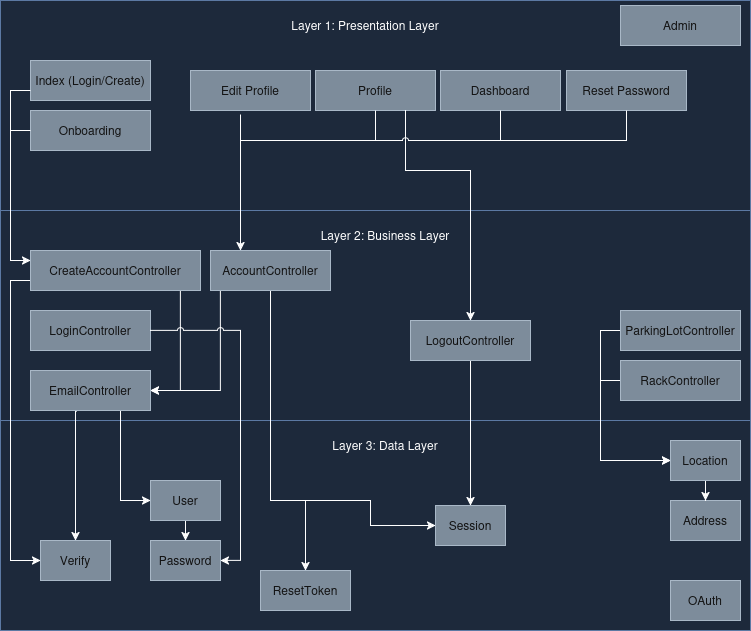
Before: readme-images/MVC-diagram.png, a diagram exported from draw.io (nghilbert/open-spot). Source tidied: cells renumbered, new cells last; positions are measured from the earlier drawing's top-left corner, leaving out a move shared by most shapes. Its diagram source:
```xml
<mxGraphModel>
  <root>
    <mxCell id="0" />
    <mxCell id="1" parent="0" />
    <mxCell id="2" style="rounded=0;whiteSpace=wrap;html=1;fillColor=#dae8fc;strokeColor=#6c8ebf;" parent="1" vertex="1">
      <mxGeometry width="750" height="210" as="geometry" />
    </mxCell>
    <mxCell id="3" value="Edit Profile" style="rounded=0;whiteSpace=wrap;html=1;fillColor=#647687;strokeColor=#314354;fontColor=#FFFFFF;" parent="1" vertex="1">
      <mxGeometry x="190" y="70" width="120" height="40" as="geometry" />
    </mxCell>
    <mxCell id="4" style="rounded=0;whiteSpace=wrap;html=1;fillColor=#dae8fc;strokeColor=#6c8ebf;" parent="1" vertex="1">
      <mxGeometry y="210" width="750" height="210" as="geometry" />
    </mxCell>
    <mxCell id="5" style="rounded=0;whiteSpace=wrap;html=1;fillColor=#dae8fc;strokeColor=#6c8ebf;" parent="1" vertex="1">
      <mxGeometry y="420" width="750" height="210" as="geometry" />
    </mxCell>
    <mxCell id="6" value="Layer 1: Presentation Layer" style="text;html=1;whiteSpace=wrap;strokeColor=none;fillColor=none;align=center;verticalAlign=middle;rounded=0;" parent="1" vertex="1">
      <mxGeometry x="280" y="10" width="170" height="30" as="geometry" />
    </mxCell>
    <mxCell id="7" value="&lt;div&gt;Layer 2: Business Layer&lt;/div&gt;" style="text;html=1;whiteSpace=wrap;strokeColor=none;fillColor=none;align=center;verticalAlign=middle;rounded=0;" parent="1" vertex="1">
      <mxGeometry x="310" y="220" width="150" height="30" as="geometry" />
    </mxCell>
    <mxCell id="8" value="Layer 3: Data Layer" style="text;html=1;whiteSpace=wrap;strokeColor=none;fillColor=none;align=center;verticalAlign=middle;rounded=0;" parent="1" vertex="1">
      <mxGeometry x="320" y="430" width="130" height="30" as="geometry" />
    </mxCell>
    <mxCell id="9" value="Address" style="rounded=0;whiteSpace=wrap;html=1;fillColor=#647687;strokeColor=#314354;fontColor=#FFFFFF;" parent="1" vertex="1">
      <mxGeometry x="670" y="500" width="70" height="40" as="geometry" />
    </mxCell>
    <mxCell id="10" value="Verify" style="rounded=0;whiteSpace=wrap;html=1;fillColor=#647687;strokeColor=#314354;fontColor=#FFFFFF;" parent="1" vertex="1">
      <mxGeometry x="40" y="540" width="70" height="40" as="geometry" />
    </mxCell>
    <mxCell id="11" style="edgeStyle=orthogonalEdgeStyle;rounded=0;jettySize=auto;html=1;" parent="1" edge="1" source="12" target="15">
      <mxGeometry relative="1" as="geometry" />
    </mxCell>
    <mxCell id="12" value="User" style="rounded=0;whiteSpace=wrap;html=1;fillColor=#647687;strokeColor=#314354;fontColor=#FFFFFF;" parent="1" vertex="1">
      <mxGeometry x="150" y="480" width="70" height="40" as="geometry" />
    </mxCell>
    <mxCell id="13" value="Session" style="rounded=0;whiteSpace=wrap;html=1;fillColor=#647687;strokeColor=#314354;fontColor=#FFFFFF;" parent="1" vertex="1">
      <mxGeometry x="435" y="505" width="70" height="40" as="geometry" />
    </mxCell>
    <mxCell id="14" value="ResetToken" style="rounded=0;whiteSpace=wrap;html=1;fillColor=#647687;strokeColor=#314354;fontColor=#FFFFFF;" parent="1" vertex="1">
      <mxGeometry x="260" y="570" width="90" height="40" as="geometry" />
    </mxCell>
    <mxCell id="15" value="Password" style="rounded=0;whiteSpace=wrap;html=1;fillColor=#647687;strokeColor=#314354;fontColor=#FFFFFF;" parent="1" vertex="1">
      <mxGeometry x="150" y="540" width="70" height="40" as="geometry" />
    </mxCell>
    <mxCell id="16" value="&lt;div&gt;OAuth&lt;/div&gt;" style="rounded=0;whiteSpace=wrap;html=1;fillColor=#647687;strokeColor=#314354;fontColor=#FFFFFF;" parent="1" vertex="1">
      <mxGeometry x="670" y="580" width="70" height="40" as="geometry" />
    </mxCell>
    <mxCell id="17" style="edgeStyle=orthogonalEdgeStyle;rounded=0;jettySize=auto;html=1;entryX=0.5;entryY=0;entryDx=0;entryDy=0;" parent="1" edge="1" source="18" target="9">
      <mxGeometry relative="1" as="geometry" />
    </mxCell>
    <mxCell id="18" value="Location" style="rounded=0;whiteSpace=wrap;html=1;fillColor=#647687;strokeColor=#314354;fontColor=#FFFFFF;" parent="1" vertex="1">
      <mxGeometry x="670" y="440" width="70" height="40" as="geometry" />
    </mxCell>
    <mxCell id="19" value="Admin" style="rounded=0;whiteSpace=wrap;html=1;fillColor=#647687;strokeColor=#314354;fontColor=#FFFFFF;" parent="1" vertex="1">
      <mxGeometry x="620" y="5" width="120" height="40" as="geometry" />
    </mxCell>
    <mxCell id="20" style="edgeStyle=orthogonalEdgeStyle;rounded=0;jettySize=auto;html=1;entryX=0;entryY=0.5;entryDx=0;entryDy=0;" parent="1" edge="1" source="21" target="18">
      <mxGeometry relative="1" as="geometry">
        <Array as="points">
          <mxPoint x="600" y="330" />
          <mxPoint x="600" y="460" />
        </Array>
      </mxGeometry>
    </mxCell>
    <mxCell id="21" value="ParkingLotController" style="rounded=0;whiteSpace=wrap;html=1;fillColor=#647687;strokeColor=#314354;fontColor=#FFFFFF;" parent="1" vertex="1">
      <mxGeometry x="620" y="310" width="120" height="40" as="geometry" />
    </mxCell>
    <mxCell id="22" value="Reset Password" style="rounded=0;whiteSpace=wrap;html=1;fillColor=#647687;strokeColor=#314354;fontColor=#FFFFFF;" parent="1" vertex="1">
      <mxGeometry x="566" y="70" width="120" height="40" as="geometry" />
    </mxCell>
    <mxCell id="23" style="edgeStyle=orthogonalEdgeStyle;rounded=0;jettySize=auto;html=1;entryX=0.5;entryY=0;entryDx=0;entryDy=0;" parent="1" edge="1" source="24" target="13">
      <mxGeometry relative="1" as="geometry">
        <Array as="points">
          <mxPoint x="470" y="500" />
        </Array>
      </mxGeometry>
    </mxCell>
    <mxCell id="24" value="LogoutController" style="rounded=0;whiteSpace=wrap;html=1;fillColor=#647687;strokeColor=#314354;fontColor=#FFFFFF;" parent="1" vertex="1">
      <mxGeometry x="410" y="320" width="120" height="40" as="geometry" />
    </mxCell>
    <mxCell id="25" style="edgeStyle=orthogonalEdgeStyle;rounded=0;jettySize=auto;html=1;entryX=0;entryY=0.5;entryDx=0;entryDy=0;" parent="1" edge="1" source="26" target="18">
      <mxGeometry relative="1" as="geometry">
        <Array as="points">
          <mxPoint x="600" y="380" />
          <mxPoint x="600" y="460" />
        </Array>
      </mxGeometry>
    </mxCell>
    <mxCell id="26" value="RackController" style="rounded=0;whiteSpace=wrap;html=1;fillColor=#647687;strokeColor=#314354;fontColor=#FFFFFF;" parent="1" vertex="1">
      <mxGeometry x="620" y="360" width="120" height="40" as="geometry" />
    </mxCell>
    <mxCell id="27" value="LoginController" style="rounded=0;whiteSpace=wrap;html=1;fillColor=#647687;strokeColor=#314354;fontColor=#FFFFFF;" parent="1" vertex="1">
      <mxGeometry x="30" y="310" width="120" height="40" as="geometry" />
    </mxCell>
    <mxCell id="28" style="edgeStyle=orthogonalEdgeStyle;rounded=0;jettySize=auto;html=1;exitX=0.75;exitY=1;exitDx=0;exitDy=0;entryX=0;entryY=0.5;entryDx=0;entryDy=0;" parent="1" edge="1" source="30" target="12">
      <mxGeometry relative="1" as="geometry" />
    </mxCell>
    <mxCell id="29" style="edgeStyle=orthogonalEdgeStyle;rounded=0;jettySize=auto;html=1;exitX=0.386;exitY=1.012;exitDx=0;exitDy=0;entryX=0.5;entryY=0;entryDx=0;entryDy=0;exitPerimeter=0;" parent="1" edge="1" source="30" target="10">
      <mxGeometry relative="1" as="geometry">
        <Array as="points">
          <mxPoint x="75" y="411" />
        </Array>
      </mxGeometry>
    </mxCell>
    <mxCell id="30" value="EmailController" style="rounded=0;whiteSpace=wrap;html=1;fillColor=#647687;strokeColor=#314354;fontColor=#FFFFFF;" parent="1" vertex="1">
      <mxGeometry x="30" y="370" width="120" height="40" as="geometry" />
    </mxCell>
    <mxCell id="31" value="Index (Login/Create)" style="rounded=0;whiteSpace=wrap;html=1;fillColor=#647687;strokeColor=#314354;fontColor=#FFFFFF;" parent="1" vertex="1">
      <mxGeometry x="30" y="60" width="120" height="40" as="geometry" />
    </mxCell>
    <mxCell id="32" value="Onboarding" style="rounded=0;whiteSpace=wrap;html=1;fillColor=#647687;strokeColor=#314354;fontColor=#FFFFFF;" parent="1" vertex="1">
      <mxGeometry x="30" y="110" width="120" height="40" as="geometry" />
    </mxCell>
    <mxCell id="33" value="Dashboard" style="rounded=0;whiteSpace=wrap;html=1;fillColor=#647687;strokeColor=#314354;fontColor=#FFFFFF;" parent="1" vertex="1">
      <mxGeometry x="440" y="70" width="120" height="40" as="geometry" />
    </mxCell>
    <mxCell id="34" value="Profile" style="rounded=0;whiteSpace=wrap;html=1;fillColor=#647687;strokeColor=#314354;fontColor=#FFFFFF;" parent="1" vertex="1">
      <mxGeometry x="315" y="70" width="120" height="40" as="geometry" />
    </mxCell>
    <mxCell id="35" style="edgeStyle=orthogonalEdgeStyle;rounded=0;jettySize=auto;html=1;exitX=0.75;exitY=1;exitDx=0;exitDy=0;entryX=0.5;entryY=0;entryDx=0;entryDy=0;jumpStyle=arc;" parent="1" edge="1" source="34" target="24">
      <mxGeometry relative="1" as="geometry">
        <Array as="points">
          <mxPoint x="405" y="170" />
          <mxPoint x="470" y="170" />
        </Array>
      </mxGeometry>
    </mxCell>
    <mxCell id="36" style="edgeStyle=orthogonalEdgeStyle;rounded=0;jettySize=auto;html=1;exitX=0;exitY=0.75;exitDx=0;exitDy=0;entryX=0;entryY=0.5;entryDx=0;entryDy=0;" parent="1" edge="1" source="38" target="10">
      <mxGeometry relative="1" as="geometry">
        <Array as="points">
          <mxPoint x="10" y="280" />
          <mxPoint x="10" y="560" />
        </Array>
      </mxGeometry>
    </mxCell>
    <mxCell id="37" style="edgeStyle=orthogonalEdgeStyle;rounded=0;jettySize=auto;html=1;exitX=0.75;exitY=1;exitDx=0;exitDy=0;entryX=1;entryY=0.5;entryDx=0;entryDy=0;jumpStyle=arc;" parent="1" edge="1" source="38" target="30">
      <mxGeometry relative="1" as="geometry">
        <Array as="points">
          <mxPoint x="180" y="290" />
          <mxPoint x="180" y="390" />
        </Array>
      </mxGeometry>
    </mxCell>
    <mxCell id="38" value="CreateAccountController" style="rounded=0;whiteSpace=wrap;html=1;fillColor=#647687;strokeColor=#314354;fontColor=#FFFFFF;" parent="1" vertex="1">
      <mxGeometry x="30" y="250" width="170" height="40" as="geometry" />
    </mxCell>
    <mxCell id="39" style="edgeStyle=orthogonalEdgeStyle;rounded=0;jettySize=auto;html=1;entryX=1;entryY=0.5;entryDx=0;entryDy=0;" parent="1" edge="1" source="42" target="30">
      <mxGeometry relative="1" as="geometry">
        <Array as="points">
          <mxPoint x="220" y="390" />
        </Array>
      </mxGeometry>
    </mxCell>
    <mxCell id="40" style="edgeStyle=orthogonalEdgeStyle;rounded=0;jettySize=auto;html=1;entryX=0.5;entryY=0;entryDx=0;entryDy=0;" parent="1" edge="1" source="42" target="14">
      <mxGeometry relative="1" as="geometry">
        <Array as="points">
          <mxPoint x="270" y="500" />
          <mxPoint x="305" y="500" />
        </Array>
      </mxGeometry>
    </mxCell>
    <mxCell id="41" style="edgeStyle=orthogonalEdgeStyle;rounded=0;jettySize=auto;html=1;entryX=0;entryY=0.5;entryDx=0;entryDy=0;" parent="1" edge="1" source="42" target="13">
      <mxGeometry relative="1" as="geometry">
        <Array as="points">
          <mxPoint x="270" y="500" />
          <mxPoint x="370" y="500" />
          <mxPoint x="370" y="525" />
        </Array>
      </mxGeometry>
    </mxCell>
    <mxCell id="42" value="AccountController" style="rounded=0;whiteSpace=wrap;html=1;fillColor=#647687;strokeColor=#314354;fontColor=#FFFFFF;" parent="1" vertex="1">
      <mxGeometry x="210" y="250" width="120" height="40" as="geometry" />
    </mxCell>
    <mxCell id="43" style="endArrow=classic;html=1;rounded=0;exitX=0;exitY=0.75;exitDx=0;exitDy=0;entryX=0;entryY=0.25;entryDx=0;entryDy=0;" parent="1" edge="1" source="31" target="38">
      <mxGeometry relative="1" as="geometry">
        <Array as="points">
          <mxPoint x="10" y="90" />
          <mxPoint x="10" y="260" />
        </Array>
      </mxGeometry>
    </mxCell>
    <mxCell id="44" style="endArrow=none;html=1;rounded=0;entryX=0;entryY=0.5;entryDx=0;entryDy=0;" parent="1" edge="1" target="32">
      <mxGeometry relative="1" as="geometry">
        <mxPoint x="10" y="130" as="sourcePoint" />
      </mxGeometry>
    </mxCell>
    <mxCell id="45" style="endArrow=classic;html=1;rounded=0;entryX=0.25;entryY=0;entryDx=0;entryDy=0;" parent="1" edge="1" target="42">
      <mxGeometry relative="1" as="geometry">
        <mxPoint x="240" y="114" as="sourcePoint" />
      </mxGeometry>
    </mxCell>
    <mxCell id="46" style="endArrow=none;html=1;rounded=0;entryX=0.5;entryY=1;entryDx=0;entryDy=0;" parent="1" edge="1" target="34">
      <mxGeometry relative="1" as="geometry">
        <mxPoint x="240" y="140" as="sourcePoint" />
        <Array as="points">
          <mxPoint x="375" y="140" />
        </Array>
      </mxGeometry>
    </mxCell>
    <mxCell id="47" style="endArrow=none;html=1;rounded=0;entryX=0.5;entryY=1;entryDx=0;entryDy=0;jumpStyle=arc;" parent="1" edge="1" target="33">
      <mxGeometry relative="1" as="geometry">
        <mxPoint x="370" y="140" as="sourcePoint" />
        <Array as="points">
          <mxPoint x="500" y="140" />
        </Array>
      </mxGeometry>
    </mxCell>
    <mxCell id="48" style="endArrow=none;html=1;rounded=0;entryX=0.5;entryY=1;entryDx=0;entryDy=0;" parent="1" edge="1" target="22">
      <mxGeometry relative="1" as="geometry">
        <mxPoint x="500" y="140" as="sourcePoint" />
        <Array as="points">
          <mxPoint x="626" y="140" />
        </Array>
      </mxGeometry>
    </mxCell>
    <mxCell id="49" style="edgeStyle=orthogonalEdgeStyle;rounded=0;jettySize=auto;html=1;exitX=1;exitY=0.5;exitDx=0;exitDy=0;entryX=1;entryY=0.5;entryDx=0;entryDy=0;jumpStyle=arc;" parent="1" edge="1" source="27" target="15">
      <mxGeometry relative="1" as="geometry" />
    </mxCell>
  </root>
</mxGraphModel>
```
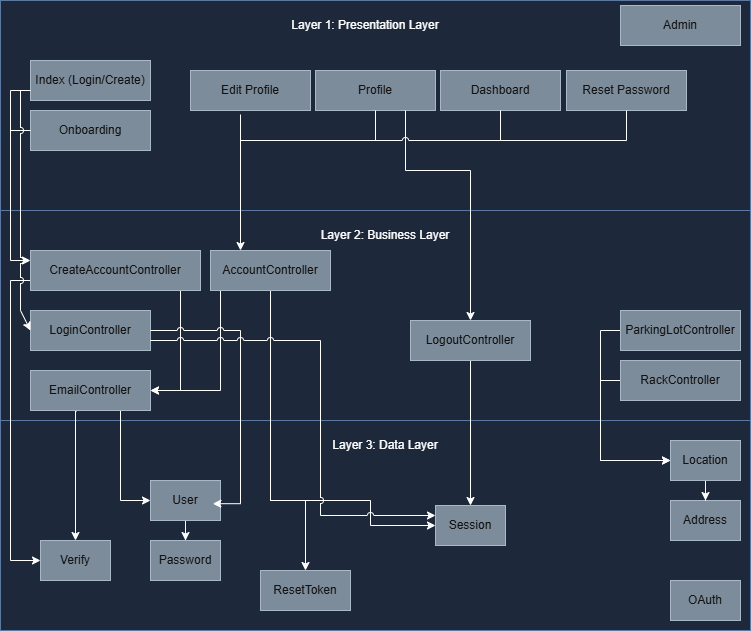
After the change.

Diff of the diagram source:
```diff
@@ -215,8 +215,29 @@
         </Array>
       </mxGeometry>
     </mxCell>
-    <mxCell id="49" style="edgeStyle=orthogonalEdgeStyle;rounded=0;jettySize=auto;html=1;exitX=1;exitY=0.5;exitDx=0;exitDy=0;entryX=1;entryY=0.5;entryDx=0;entryDy=0;jumpStyle=arc;" parent="1" edge="1" source="27" target="15">
-      <mxGeometry relative="1" as="geometry" />
+    <mxCell id="49" style="edgeStyle=orthogonalEdgeStyle;rounded=0;jettySize=auto;html=1;exitX=1;exitY=0.5;exitDx=0;exitDy=0;jumpStyle=arc;entryX=0.891;entryY=0.58;entryDx=0;entryDy=0;entryPerimeter=0;" parent="1" edge="1" source="27" target="12">
+      <mxGeometry relative="1" as="geometry">
+        <Array as="points">
+          <mxPoint x="240" y="330" />
+          <mxPoint x="240" y="503" />
+        </Array>
+      </mxGeometry>
     </mxCell>
+    <mxCell id="50" style="endArrow=classic;html=1;rounded=0;entryX=0;entryY=0.5;entryDx=0;entryDy=0;jumpStyle=arc;" parent="1" edge="1" target="27">
+      <mxGeometry relative="1" as="geometry">
+        <mxPoint x="20" y="90" as="sourcePoint" />
+        <Array as="points">
+          <mxPoint x="20" y="310" />
+        </Array>
+      </mxGeometry>
+    </mxCell>
+    <mxCell id="51" style="endArrow=classic;html=1;rounded=0;exitX=1;exitY=0.75;exitDx=0;exitDy=0;entryX=0;entryY=0.25;entryDx=0;entryDy=0;jumpStyle=arc;" parent="1" edge="1" source="27" target="13">
+      <mxGeometry relative="1" as="geometry">
+        <Array as="points">
+          <mxPoint x="320" y="340" />
+          <mxPoint x="320" y="515" />
+        </Array>
+      </mxGeometry>
+    </mxCell>
   </root>
 </mxGraphModel>
```
